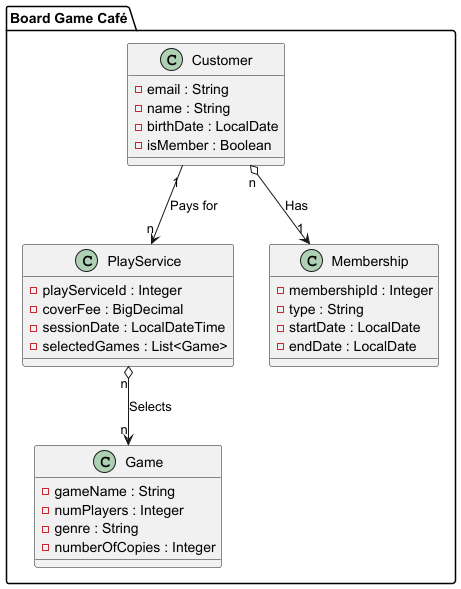
Earlier version of the PlantUML export docs/boardgame-cafe.models.png (miw-upm/apaw-practice).
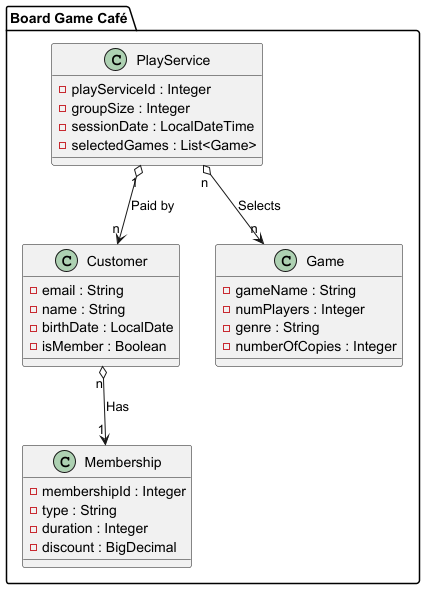
Later version of the same file.

Commit message:
update Boardgame Cafe Models #848

What changed in the source:
```diff
@@ -1,36 +1,38 @@
 @startuml
 package "Board Game Café" {
 
-    class Customer {
-        - email : String
-        - name : String
-        - birthDate : LocalDate
-        - isMember : Boolean
-    }
+class PlayService {
+    - playServiceId : Integer
+    - groupSize : Integer
+    - sessionDate : LocalDateTime
+    - selectedGames : List<Game>
+}
 
-    class PlayService {
-        - playServiceId : Integer
-        - coverFee : BigDecimal
-        - sessionDate : LocalDateTime
-        - selectedGames : List<Game>
-    }
+class Customer {
+    - email : String
+    - name : String
+    - birthDate : LocalDate
+    - isMember : Boolean
+}
 
-    class Game {
-        - gameName : String
-        - numPlayers : Integer
-        - genre : String
-        - numberOfCopies : Integer
-    }
+class Membership {
+    - membershipId : Integer
+    - type : String
+    - duration : Integer
+    - discount : BigDecimal
+}
 
-    class Membership {
-        - membershipId : Integer
-        - type : String
-        - startDate : LocalDate
-        - endDate : LocalDate
-    }
+class Game {
+    - gameName : String
+    - numPlayers : Integer
+    - genre : String
+    - numberOfCopies : Integer
+}
 
-    Customer "1" --> "n" PlayService : "Pays for"
-    PlayService "n" o--> "n" Game : "Selects"
-    Customer "n" o--> "1" Membership : "Has"
+PlayService "1" o--> "n" Customer : "Paid by"
+Customer "n" o--> "1" Membership : "Has"
+PlayService "n" o--> "n" Game : "Selects"
+
 }
+
 @enduml
```
